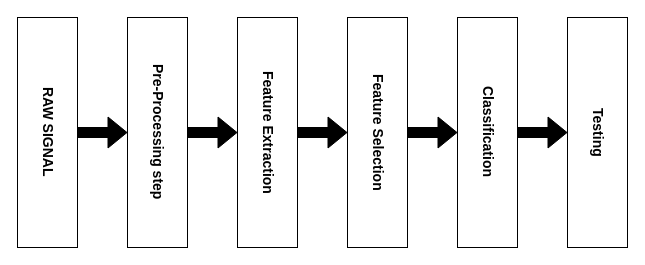
This is icbmintro.drawio from Srinjoy2002/EE617_project, a draw.io file, before an edit. Source tidied: cells renumbered, new cells numbered last; positions are measured from the earlier drawing's top-left corner, leaving out a move shared by most shapes. Both pictures are drawn from the tidied source at 100%, with x=0, y=0 at pixel (17, 17).
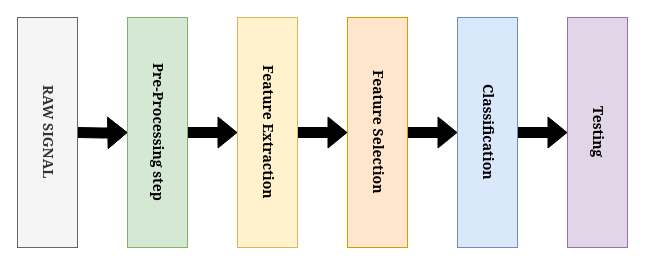
After the change.

The edit, as a diff of the source:
```diff
@@
 <mxGraphModel>
   <root>
     <mxCell id="0" />
     <mxCell id="1" parent="0" />
-    <mxCell id="2" style="edgeStyle=orthogonalEdgeStyle;rounded=0;jettySize=auto;html=1;shape=flexArrow;fillColor=light-dark(#000000,#000000);" parent="1" edge="1" source="3" target="5">
-      <mxGeometry relative="1" as="geometry" />
+    <mxCell id="2" style="edgeStyle=orthogonalEdgeStyle;rounded=0;jettySize=auto;shape=flexArrow;fillColor=light-dark(#000000,#000000);spacing=16;fontFamily=Georgia;fontStyle=1;" parent="1" edge="1" target="5">
+      <mxGeometry relative="1" as="geometry">
+        <mxPoint x="60" y="115" as="sourcePoint" />
+      </mxGeometry>
     </mxCell>
-    <mxCell id="3" value="RAW SIGNAL" style="rounded=0;whiteSpace=wrap;html=1;textDirection=vertical-rl;labelPosition=center;verticalLabelPosition=middle;align=center;verticalAlign=middle;fontStyle=1;fontSize=14;" parent="1" vertex="1">
+    <mxCell id="3" value="RAW SIGNAL" style="rounded=0;whiteSpace=wrap;textDirection=vertical-rl;labelPosition=center;verticalLabelPosition=middle;align=center;verticalAlign=middle;fontStyle=1;fontSize=14;fillColor=#f5f5f5;fontColor=#333333;strokeColor=#666666;spacing=16;fontFamily=Georgia;" parent="1" vertex="1">
       <mxGeometry width="60" height="230" as="geometry" />
     </mxCell>
-    <mxCell id="4" style="edgeStyle=orthogonalEdgeStyle;rounded=0;jettySize=auto;html=1;shape=flexArrow;fillColor=light-dark(#000000,#000000);" parent="1" edge="1" source="5" target="7">
+    <mxCell id="4" style="edgeStyle=orthogonalEdgeStyle;rounded=0;jettySize=auto;shape=flexArrow;fillColor=light-dark(#000000,#000000);spacing=16;fontFamily=Georgia;fontStyle=1;" parent="1" edge="1" source="5" target="7">
       <mxGeometry relative="1" as="geometry" />
     </mxCell>
-    <mxCell id="5" value="Pre-Processing step" style="rounded=0;whiteSpace=wrap;html=1;textDirection=vertical-rl;labelPosition=center;verticalLabelPosition=middle;align=center;verticalAlign=middle;fontStyle=1;fontSize=14;" parent="1" vertex="1">
+    <mxCell id="5" value="Pre-Processing step" style="rounded=0;whiteSpace=wrap;textDirection=vertical-rl;labelPosition=center;verticalLabelPosition=middle;align=center;verticalAlign=middle;fontStyle=1;fontSize=14;fillColor=#d5e8d4;strokeColor=#82b366;spacing=16;fontFamily=Georgia;" parent="1" vertex="1">
       <mxGeometry x="110" width="60" height="230" as="geometry" />
     </mxCell>
-    <mxCell id="6" style="edgeStyle=orthogonalEdgeStyle;rounded=0;jettySize=auto;html=1;shape=flexArrow;fillColor=light-dark(#000000,#000000);" parent="1" edge="1" source="7" target="9">
+    <mxCell id="6" style="edgeStyle=orthogonalEdgeStyle;rounded=0;jettySize=auto;shape=flexArrow;fillColor=light-dark(#000000,#000000);spacing=16;fontFamily=Georgia;fontStyle=1;" parent="1" edge="1" source="7" target="9">
       <mxGeometry relative="1" as="geometry" />
     </mxCell>
-    <mxCell id="7" value="Feature Extraction" style="rounded=0;whiteSpace=wrap;html=1;textDirection=vertical-rl;labelPosition=center;verticalLabelPosition=middle;align=center;verticalAlign=middle;fontStyle=1;fontSize=14;" parent="1" vertex="1">
+    <mxCell id="7" value="Feature Extraction" style="rounded=0;whiteSpace=wrap;textDirection=vertical-rl;labelPosition=center;verticalLabelPosition=middle;align=center;verticalAlign=middle;fontStyle=1;fontSize=14;fillColor=#fff2cc;strokeColor=#d6b656;spacing=16;fontFamily=Georgia;" parent="1" vertex="1">
       <mxGeometry x="220" width="60" height="230" as="geometry" />
     </mxCell>
-    <mxCell id="8" style="edgeStyle=orthogonalEdgeStyle;rounded=0;jettySize=auto;html=1;shape=flexArrow;fillColor=light-dark(#000000,#000000);" parent="1" edge="1" source="9" target="11">
+    <mxCell id="8" style="edgeStyle=orthogonalEdgeStyle;rounded=0;jettySize=auto;shape=flexArrow;fillColor=light-dark(#000000,#000000);spacing=16;fontFamily=Georgia;fontStyle=1;" parent="1" edge="1" source="9" target="11">
       <mxGeometry relative="1" as="geometry" />
     </mxCell>
-    <mxCell id="9" value="Feature Selection" style="rounded=0;whiteSpace=wrap;html=1;textDirection=vertical-rl;labelPosition=center;verticalLabelPosition=middle;align=center;verticalAlign=middle;fontStyle=1;fontSize=14;" parent="1" vertex="1">
+    <mxCell id="9" value="Feature Selection" style="rounded=0;whiteSpace=wrap;textDirection=vertical-rl;labelPosition=center;verticalLabelPosition=middle;align=center;verticalAlign=middle;fontStyle=1;fontSize=14;fillColor=#ffe6cc;strokeColor=#d79b00;spacing=16;fontFamily=Georgia;" parent="1" vertex="1">
       <mxGeometry x="330" width="60" height="230" as="geometry" />
     </mxCell>
-    <mxCell id="10" style="edgeStyle=orthogonalEdgeStyle;rounded=0;jettySize=auto;html=1;shape=flexArrow;fillColor=light-dark(#000000,#000000);" parent="1" edge="1" source="11" target="12">
+    <mxCell id="10" style="edgeStyle=orthogonalEdgeStyle;rounded=0;jettySize=auto;shape=flexArrow;fillColor=light-dark(#000000,#000000);spacing=16;fontFamily=Georgia;fontStyle=1;" parent="1" edge="1" source="11" target="12">
       <mxGeometry relative="1" as="geometry" />
     </mxCell>
-    <mxCell id="11" value="Classification" style="rounded=0;whiteSpace=wrap;html=1;textDirection=vertical-rl;labelPosition=center;verticalLabelPosition=middle;align=center;verticalAlign=middle;fontStyle=1;fontSize=14;" parent="1" vertex="1">
+    <mxCell id="11" value="Classification" style="rounded=0;whiteSpace=wrap;textDirection=vertical-rl;labelPosition=center;verticalLabelPosition=middle;align=center;verticalAlign=middle;fontStyle=1;fontSize=14;fillColor=#dae8fc;strokeColor=#6c8ebf;spacing=16;fontFamily=Georgia;" parent="1" vertex="1">
       <mxGeometry x="440" width="60" height="230" as="geometry" />
     </mxCell>
-    <mxCell id="12" value="Testing" style="rounded=0;whiteSpace=wrap;html=1;textDirection=vertical-rl;labelPosition=center;verticalLabelPosition=middle;align=center;verticalAlign=middle;fontStyle=1;fontSize=14;" parent="1" vertex="1">
+    <mxCell id="12" value="Testing" style="rounded=0;whiteSpace=wrap;textDirection=vertical-rl;labelPosition=center;verticalLabelPosition=middle;align=center;verticalAlign=middle;fontStyle=1;fontSize=14;fillColor=#e1d5e7;strokeColor=#9673a6;spacing=16;fontFamily=Georgia;" parent="1" vertex="1">
       <mxGeometry x="550" width="60" height="230" as="geometry" />
     </mxCell>
   </root>
 </mxGraphModel>
```
